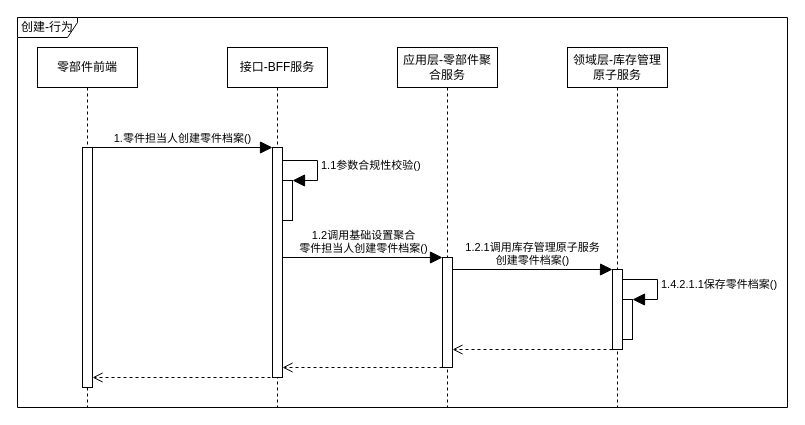
This is page "创建-行为图" (2 of 5) of 库存管理-零件档案管理.drawio from 1132489442/gitRepository1, a draw.io file, before an edit. Source tidied: cells renumbered, new cells numbered last; positions are measured from the earlier drawing's top-left corner, leaving out a move shared by most shapes. Both pictures are drawn from the tidied source at 100%, with x=0, y=0 at pixel (17, 17).
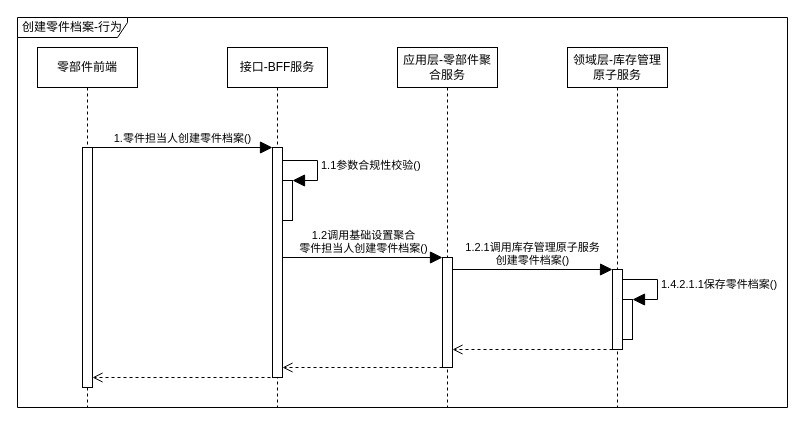
Above is the later version.

Commit message:
更新库存管理-零件档案管理.drawio

What changed in the source:
```diff
@@
-    <mxCell id="20" value="创建-行为" style="shape=umlFrame;whiteSpace=wrap;html=1;width=60;height=20;" parent="1" vertex="1">
+    <mxCell id="20" value="创建零件档案-行为" style="shape=umlFrame;whiteSpace=wrap;html=1;width=110;height=20;" parent="1" vertex="1">
       <mxGeometry width="770" height="390" as="geometry" />
     </mxCell>
```
